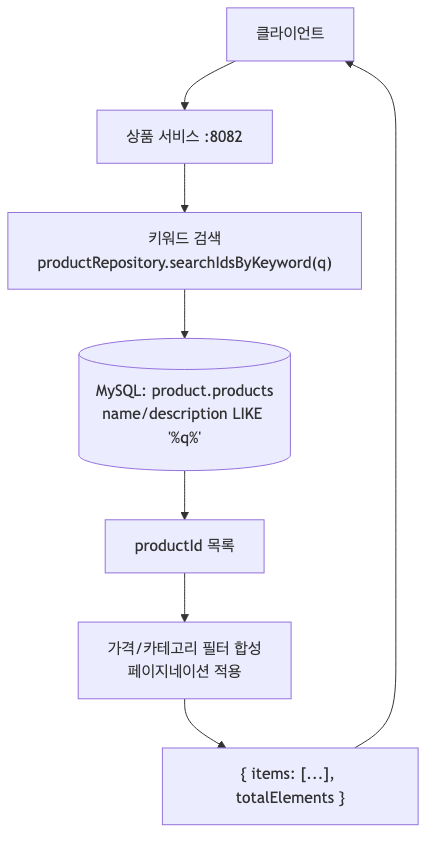
Before: mini-coupang/diagrams/img/product-search.png, a diagram exported from Mermaid (ing9990/deep-blog). Its source is kept beside it as mini-coupang/diagrams/src/product-search.mmd. Its diagram source:
```mermaid
flowchart TD
    C["클라이언트"] --> PS["상품 서비스 :8082"]
    PS --> SS["키워드 검색<br/>productRepository.searchIdsByKeyword(q)"]
    SS --> DB[("MySQL: product.products<br/>name/description LIKE '%q%'")]
    DB --> H["productId 목록"]
    H --> F["가격/카테고리 필터 합성<br/>페이지네이션 적용"]
    F --> Resp["{ items: [...], totalElements }"]
    Resp --> C
```
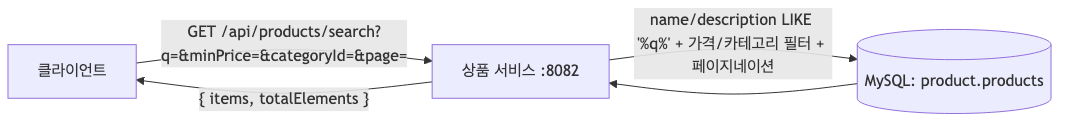
The same file after the commit.

Diff of the diagram source:
```diff
@@ -1,8 +1,5 @@
-flowchart TD
-    C["클라이언트"] --> PS["상품 서비스 :8082"]
-    PS --> SS["키워드 검색<br/>productRepository.searchIdsByKeyword(q)"]
-    SS --> DB[("MySQL: product.products<br/>name/description LIKE '%q%'")]
-    DB --> H["productId 목록"]
-    H --> F["가격/카테고리 필터 합성<br/>페이지네이션 적용"]
-    F --> Resp["{ items: [...], totalElements }"]
-    Resp --> C
+flowchart LR
+    C["클라이언트"] -- "GET /api/products/search?q=&minPrice=&categoryId=&page=" --> PS["상품 서비스 :8082"]
+    PS -- "name/description LIKE '%q%' + 가격/카테고리 필터 + 페이지네이션" --> DB[("MySQL: product.products")]
+    DB --> PS
+    PS -- "{ items, totalElements }" --> C
```
